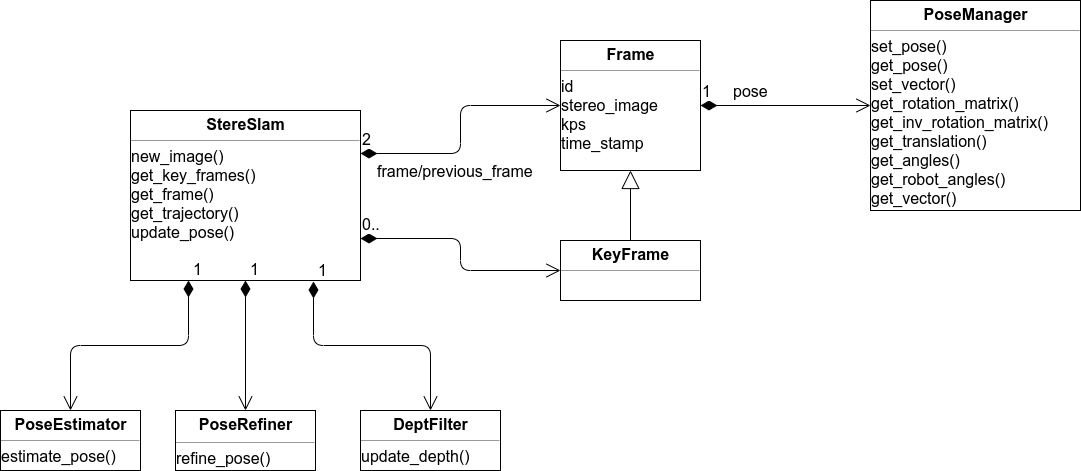
Above: doc/img/class_diagram.png in eichenberger/stereo-svo-slam (draw.io), before the change. Source tidied: cells renumbered, new cells last; positions are measured from the earlier drawing's top-left corner, leaving out a move shared by most shapes.
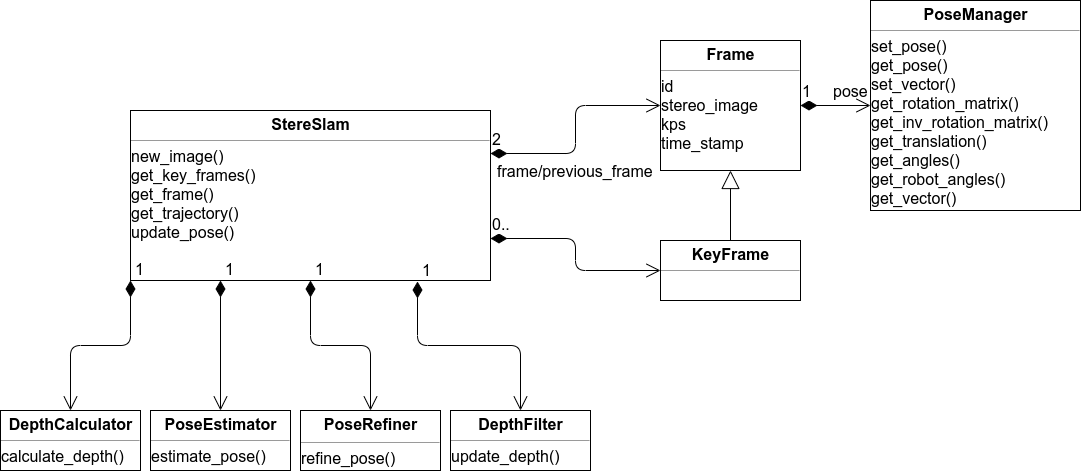
The same file after the commit.

What changed in the source:
```diff
@@ -1,54 +1,60 @@
 <mxGraphModel>
   <root>
-    <mxCell id="0" />
-    <mxCell id="1" parent="0" />
+    <mxCell id="18" />
+    <mxCell id="19" parent="18" />
-    <mxCell id="2" value="&lt;p style=&quot;margin: 0px ; margin-top: 4px ; text-align: center&quot;&gt;&lt;b&gt;StereSlam&lt;/b&gt;&lt;/p&gt;&lt;hr size=&quot;1&quot;&gt;new_image()&lt;br&gt;get_key_frames()&amp;nbsp;&lt;br&gt;get_frame()&lt;br&gt;get_trajectory()&lt;br&gt;update_pose()&lt;br&gt;&lt;div style=&quot;height: 2px&quot;&gt;&lt;br&gt;&lt;/div&gt;&lt;div style=&quot;height: 2px&quot;&gt;&lt;br&gt;&lt;/div&gt;" style="verticalAlign=top;align=left;overflow=fill;fontSize=12;fontFamily=Helvetica;html=1;" parent="1" vertex="1">
-      <mxGeometry x="130" y="110" width="230" height="170" as="geometry" />
+    <mxCell id="2" value="&lt;p style=&quot;margin: 0px ; margin-top: 4px ; text-align: center&quot;&gt;&lt;b&gt;StereSlam&lt;/b&gt;&lt;/p&gt;&lt;hr size=&quot;1&quot;&gt;new_image()&lt;br&gt;get_key_frames()&amp;nbsp;&lt;br&gt;get_frame()&lt;br&gt;get_trajectory()&lt;br&gt;update_pose()&lt;br&gt;&lt;div style=&quot;height: 2px&quot;&gt;&lt;br&gt;&lt;/div&gt;&lt;div style=&quot;height: 2px&quot;&gt;&lt;br&gt;&lt;/div&gt;" style="verticalAlign=top;align=left;overflow=fill;fontSize=12;fontFamily=Helvetica;html=1;" parent="19" vertex="1">
+      <mxGeometry x="130" y="130" width="360" height="170" as="geometry" />
     </mxCell>
-    <mxCell id="3" value="&lt;p style=&quot;margin: 0px ; margin-top: 4px ; text-align: center&quot;&gt;&lt;b&gt;PoseEstimator&lt;/b&gt;&lt;/p&gt;&lt;hr size=&quot;1&quot;&gt;estimate_pose()&lt;div style=&quot;height: 2px&quot;&gt;&lt;/div&gt;&lt;hr size=&quot;1&quot;&gt;&lt;div style=&quot;height: 2px&quot;&gt;&lt;/div&gt;" style="verticalAlign=top;align=left;overflow=fill;fontSize=12;fontFamily=Helvetica;html=1;" parent="1" vertex="1">
-      <mxGeometry y="410" width="140" height="60" as="geometry" />
+    <mxCell id="3" value="&lt;p style=&quot;margin: 0px ; margin-top: 4px ; text-align: center&quot;&gt;&lt;b&gt;PoseEstimator&lt;/b&gt;&lt;/p&gt;&lt;hr size=&quot;1&quot;&gt;estimate_pose()&lt;div style=&quot;height: 2px&quot;&gt;&lt;/div&gt;&lt;hr size=&quot;1&quot;&gt;&lt;div style=&quot;height: 2px&quot;&gt;&lt;/div&gt;" style="verticalAlign=top;align=left;overflow=fill;fontSize=12;fontFamily=Helvetica;html=1;" parent="19" vertex="1">
+      <mxGeometry x="150" y="430" width="140" height="60" as="geometry" />
     </mxCell>
-    <mxCell id="4" value="&lt;p style=&quot;margin: 0px ; margin-top: 4px ; text-align: center&quot;&gt;&lt;b&gt;PoseRefiner&lt;/b&gt;&lt;/p&gt;&lt;div style=&quot;height: 2px&quot;&gt;&lt;br&gt;&lt;/div&gt;&lt;hr size=&quot;1&quot;&gt;&lt;div style=&quot;height: 2px&quot;&gt;refine_pose()&lt;/div&gt;" style="verticalAlign=top;align=left;overflow=fill;fontSize=12;fontFamily=Helvetica;html=1;" parent="1" vertex="1">
-      <mxGeometry x="175" y="410" width="140" height="60" as="geometry" />
+    <mxCell id="4" value="&lt;p style=&quot;margin: 0px ; margin-top: 4px ; text-align: center&quot;&gt;&lt;b&gt;PoseRefiner&lt;/b&gt;&lt;/p&gt;&lt;div style=&quot;height: 2px&quot;&gt;&lt;br&gt;&lt;/div&gt;&lt;hr size=&quot;1&quot;&gt;&lt;div style=&quot;height: 2px&quot;&gt;refine_pose()&lt;/div&gt;" style="verticalAlign=top;align=left;overflow=fill;fontSize=12;fontFamily=Helvetica;html=1;" parent="19" vertex="1">
+      <mxGeometry x="300" y="430" width="140" height="60" as="geometry" />
     </mxCell>
-    <mxCell id="5" value="&lt;p style=&quot;margin: 0px ; margin-top: 4px ; text-align: center&quot;&gt;&lt;b&gt;DeptFilter&lt;/b&gt;&lt;/p&gt;&lt;hr size=&quot;1&quot;&gt;update_depth()&lt;div style=&quot;height: 2px&quot;&gt;&lt;/div&gt;&lt;hr size=&quot;1&quot;&gt;&lt;div style=&quot;height: 2px&quot;&gt;&lt;/div&gt;" style="verticalAlign=top;align=left;overflow=fill;fontSize=12;fontFamily=Helvetica;html=1;" parent="1" vertex="1">
-      <mxGeometry x="360" y="410" width="140" height="60" as="geometry" />
-    </mxCell>
+    <mxCell id="20" value="&lt;p style=&quot;margin: 0px ; margin-top: 4px ; text-align: center&quot;&gt;&lt;b&gt;DepthFilter&lt;/b&gt;&lt;/p&gt;&lt;hr size=&quot;1&quot;&gt;update_depth()&lt;div style=&quot;height: 2px&quot;&gt;&lt;/div&gt;&lt;hr size=&quot;1&quot;&gt;&lt;div style=&quot;height: 2px&quot;&gt;&lt;/div&gt;" style="verticalAlign=top;align=left;overflow=fill;fontSize=12;fontFamily=Helvetica;html=1;" parent="19" vertex="1">
+      <mxGeometry x="450" y="430" width="140" height="60" as="geometry" />
+    </mxCell>
-    <mxCell id="6" value="1" style="endArrow=open;html=1;endSize=12;startArrow=diamondThin;startSize=14;startFill=1;edgeStyle=orthogonalEdgeStyle;align=left;verticalAlign=bottom;exitX=0.25;exitY=1;exitDx=0;exitDy=0;" parent="1" edge="1" source="2" target="3">
+    <mxCell id="6" value="1" style="endArrow=open;html=1;endSize=12;startArrow=diamondThin;startSize=14;startFill=1;edgeStyle=orthogonalEdgeStyle;align=left;verticalAlign=bottom;exitX=0.25;exitY=1;exitDx=0;exitDy=0;" parent="19" edge="1" source="2" target="3">
       <mxGeometry x="-1" y="3" relative="1" as="geometry" />
     </mxCell>
-    <mxCell id="7" value="1" style="endArrow=open;html=1;endSize=12;startArrow=diamondThin;startSize=14;startFill=1;edgeStyle=orthogonalEdgeStyle;align=left;verticalAlign=bottom;exitX=0.5;exitY=1;exitDx=0;exitDy=0;entryX=0.5;entryY=0;entryDx=0;entryDy=0;" parent="1" edge="1" source="2" target="4">
+    <mxCell id="7" value="1" style="endArrow=open;html=1;endSize=12;startArrow=diamondThin;startSize=14;startFill=1;edgeStyle=orthogonalEdgeStyle;align=left;verticalAlign=bottom;exitX=0.5;exitY=1;exitDx=0;exitDy=0;entryX=0.5;entryY=0;entryDx=0;entryDy=0;" parent="19" edge="1" source="2" target="4">
       <mxGeometry x="-1" y="3" relative="1" as="geometry" />
     </mxCell>
-    <mxCell id="8" value="1" style="endArrow=open;html=1;endSize=12;startArrow=diamondThin;startSize=14;startFill=1;edgeStyle=orthogonalEdgeStyle;align=left;verticalAlign=bottom;exitX=0.796;exitY=1.004;exitDx=0;exitDy=0;entryX=0.5;entryY=0;entryDx=0;entryDy=0;exitPerimeter=0;" parent="1" edge="1" source="2" target="5">
+    <mxCell id="8" value="1" style="endArrow=open;html=1;endSize=12;startArrow=diamondThin;startSize=14;startFill=1;edgeStyle=orthogonalEdgeStyle;align=left;verticalAlign=bottom;exitX=0.796;exitY=1.004;exitDx=0;exitDy=0;entryX=0.5;entryY=0;entryDx=0;entryDy=0;exitPerimeter=0;" parent="19" edge="1" source="2" target="20">
       <mxGeometry x="-1" y="3" relative="1" as="geometry" />
     </mxCell>
-    <mxCell id="9" value="&lt;p style=&quot;margin: 0px ; margin-top: 4px ; text-align: center&quot;&gt;&lt;b&gt;Frame&lt;/b&gt;&lt;/p&gt;&lt;hr size=&quot;1&quot;&gt;&lt;div style=&quot;height: 2px&quot;&gt;id&lt;br&gt;stereo_image&lt;br&gt;kps&lt;br&gt;time_stamp&lt;/div&gt;" style="verticalAlign=top;align=left;overflow=fill;fontSize=12;fontFamily=Helvetica;html=1;" parent="1" vertex="1">
-      <mxGeometry x="560" y="40" width="140" height="130" as="geometry" />
+    <mxCell id="9" value="&lt;p style=&quot;margin: 0px ; margin-top: 4px ; text-align: center&quot;&gt;&lt;b&gt;Frame&lt;/b&gt;&lt;/p&gt;&lt;hr size=&quot;1&quot;&gt;&lt;div style=&quot;height: 2px&quot;&gt;id&lt;br&gt;stereo_image&lt;br&gt;kps&lt;br&gt;time_stamp&lt;/div&gt;" style="verticalAlign=top;align=left;overflow=fill;fontSize=12;fontFamily=Helvetica;html=1;" parent="19" vertex="1">
+      <mxGeometry x="660" y="60" width="140" height="130" as="geometry" />
     </mxCell>
-    <mxCell id="10" value="&lt;p style=&quot;margin: 0px ; margin-top: 4px ; text-align: center&quot;&gt;&lt;b&gt;KeyFrame&lt;/b&gt;&lt;/p&gt;&lt;hr size=&quot;1&quot;&gt;&lt;div style=&quot;height: 2px&quot;&gt;&lt;/div&gt;" style="verticalAlign=top;align=left;overflow=fill;fontSize=12;fontFamily=Helvetica;html=1;" parent="1" vertex="1">
-      <mxGeometry x="560" y="240" width="140" height="60" as="geometry" />
+    <mxCell id="10" value="&lt;p style=&quot;margin: 0px ; margin-top: 4px ; text-align: center&quot;&gt;&lt;b&gt;KeyFrame&lt;/b&gt;&lt;/p&gt;&lt;hr size=&quot;1&quot;&gt;&lt;div style=&quot;height: 2px&quot;&gt;&lt;/div&gt;" style="verticalAlign=top;align=left;overflow=fill;fontSize=12;fontFamily=Helvetica;html=1;" parent="19" vertex="1">
+      <mxGeometry x="660" y="260" width="140" height="60" as="geometry" />
     </mxCell>
-    <mxCell id="11" value="&lt;p style=&quot;margin: 0px ; margin-top: 4px ; text-align: center&quot;&gt;&lt;b&gt;PoseManager&lt;/b&gt;&lt;/p&gt;&lt;hr size=&quot;1&quot;&gt;&lt;div style=&quot;height: 2px&quot;&gt;set_pose()&lt;br&gt;get_pose()&lt;br&gt;set_vector()&lt;br&gt;get_rotation_matrix()&lt;br&gt;get_inv_rotation_matrix()&lt;br&gt;get_translation()&lt;br&gt;get_angles()&lt;br&gt;get_robot_angles()&lt;br&gt;get_vector()&lt;/div&gt;" style="verticalAlign=top;align=left;overflow=fill;fontSize=12;fontFamily=Helvetica;html=1;" parent="1" vertex="1">
-      <mxGeometry x="870" width="210" height="210" as="geometry" />
+    <mxCell id="11" value="&lt;p style=&quot;margin: 0px ; margin-top: 4px ; text-align: center&quot;&gt;&lt;b&gt;PoseManager&lt;/b&gt;&lt;/p&gt;&lt;hr size=&quot;1&quot;&gt;&lt;div style=&quot;height: 2px&quot;&gt;set_pose()&lt;br&gt;get_pose()&lt;br&gt;set_vector()&lt;br&gt;get_rotation_matrix()&lt;br&gt;get_inv_rotation_matrix()&lt;br&gt;get_translation()&lt;br&gt;get_angles()&lt;br&gt;get_robot_angles()&lt;br&gt;get_vector()&lt;/div&gt;" style="verticalAlign=top;align=left;overflow=fill;fontSize=12;fontFamily=Helvetica;html=1;" parent="19" vertex="1">
+      <mxGeometry x="870" y="20" width="210" height="210" as="geometry" />
     </mxCell>
-    <mxCell id="12" value="0.." style="endArrow=open;html=1;endSize=12;startArrow=diamondThin;startSize=14;startFill=1;edgeStyle=orthogonalEdgeStyle;align=left;verticalAlign=bottom;exitX=1;exitY=0.75;exitDx=0;exitDy=0;entryX=0;entryY=0.5;entryDx=0;entryDy=0;" parent="1" edge="1" source="2" target="10">
+    <mxCell id="12" value="0.." style="endArrow=open;html=1;endSize=12;startArrow=diamondThin;startSize=14;startFill=1;edgeStyle=orthogonalEdgeStyle;align=left;verticalAlign=bottom;exitX=1;exitY=0.75;exitDx=0;exitDy=0;entryX=0;entryY=0.5;entryDx=0;entryDy=0;" parent="19" edge="1" source="2" target="10">
       <mxGeometry x="-1" y="3" relative="1" as="geometry" />
     </mxCell>
-    <mxCell id="13" value="2" style="endArrow=open;html=1;endSize=12;startArrow=diamondThin;startSize=14;startFill=1;edgeStyle=orthogonalEdgeStyle;align=left;verticalAlign=bottom;exitX=1;exitY=0.25;exitDx=0;exitDy=0;entryX=0;entryY=0.5;entryDx=0;entryDy=0;" parent="1" edge="1" source="2" target="9">
+    <mxCell id="13" value="2" style="endArrow=open;html=1;endSize=12;startArrow=diamondThin;startSize=14;startFill=1;edgeStyle=orthogonalEdgeStyle;align=left;verticalAlign=bottom;exitX=1;exitY=0.25;exitDx=0;exitDy=0;entryX=0;entryY=0.5;entryDx=0;entryDy=0;" parent="19" edge="1" source="2" target="9">
       <mxGeometry x="-1" y="3" relative="1" as="geometry" />
     </mxCell>
-    <mxCell id="14" value="1" style="endArrow=open;html=1;endSize=12;startArrow=diamondThin;startSize=14;startFill=1;edgeStyle=orthogonalEdgeStyle;align=left;verticalAlign=bottom;entryX=0;entryY=0.5;entryDx=0;entryDy=0;exitX=1;exitY=0.5;exitDx=0;exitDy=0;" parent="1" edge="1" source="9" target="11">
+    <mxCell id="14" value="1" style="endArrow=open;html=1;endSize=12;startArrow=diamondThin;startSize=14;startFill=1;edgeStyle=orthogonalEdgeStyle;align=left;verticalAlign=bottom;entryX=0;entryY=0.5;entryDx=0;entryDy=0;exitX=1;exitY=0.5;exitDx=0;exitDy=0;" parent="19" edge="1" source="9" target="11">
       <mxGeometry x="-1" y="3" relative="1" as="geometry" />
     </mxCell>
-    <mxCell id="15" style="endArrow=block;endSize=16;endFill=0;html=1;entryX=0.5;entryY=1;entryDx=0;entryDy=0;exitX=0.5;exitY=0;exitDx=0;exitDy=0;" parent="1" edge="1" source="10" target="9">
+    <mxCell id="15" style="endArrow=block;endSize=16;endFill=0;html=1;entryX=0.5;entryY=1;entryDx=0;entryDy=0;exitX=0.5;exitY=0;exitDx=0;exitDy=0;" parent="19" edge="1" source="10" target="9">
       <mxGeometry relative="1" as="geometry" />
     </mxCell>
-    <mxCell id="16" value="pose" style="text;html=1;align=center;verticalAlign=middle;" parent="1" vertex="1">
-      <mxGeometry x="730" y="80" width="40" height="20" as="geometry" />
+    <mxCell id="16" value="pose" style="text;html=1;align=center;verticalAlign=middle;" parent="19" vertex="1">
+      <mxGeometry x="830" y="100" width="40" height="20" as="geometry" />
     </mxCell>
-    <mxCell id="17" value="frame/previous_frame" style="text;html=1;align=center;verticalAlign=middle;" parent="1" vertex="1">
-      <mxGeometry x="390" y="160" width="130" height="20" as="geometry" />
+    <mxCell id="17" value="frame/previous_frame" style="text;html=1;align=center;verticalAlign=middle;" parent="19" vertex="1">
+      <mxGeometry x="510" y="180" width="130" height="20" as="geometry" />
     </mxCell>
+    <mxCell id="21" value="&lt;p style=&quot;margin: 0px ; margin-top: 4px ; text-align: center&quot;&gt;&lt;b&gt;DepthCalculator&lt;/b&gt;&lt;/p&gt;&lt;hr size=&quot;1&quot;&gt;calculate_depth()&lt;div style=&quot;height: 2px&quot;&gt;&lt;/div&gt;&lt;hr size=&quot;1&quot;&gt;&lt;div style=&quot;height: 2px&quot;&gt;&lt;/div&gt;" style="verticalAlign=top;align=left;overflow=fill;fontSize=12;fontFamily=Helvetica;html=1;" parent="19" vertex="1">
+      <mxGeometry y="430" width="140" height="60" as="geometry" />
+    </mxCell>
+    <mxCell id="22" value="1" style="endArrow=open;html=1;endSize=12;startArrow=diamondThin;startSize=14;startFill=1;edgeStyle=orthogonalEdgeStyle;align=left;verticalAlign=bottom;exitX=0;exitY=1;exitDx=0;exitDy=0;entryX=0.5;entryY=0;entryDx=0;entryDy=0;" parent="19" edge="1" source="2" target="21">
+      <mxGeometry x="-1" y="3" relative="1" as="geometry" />
+    </mxCell>
   </root>
 </mxGraphModel>
```
